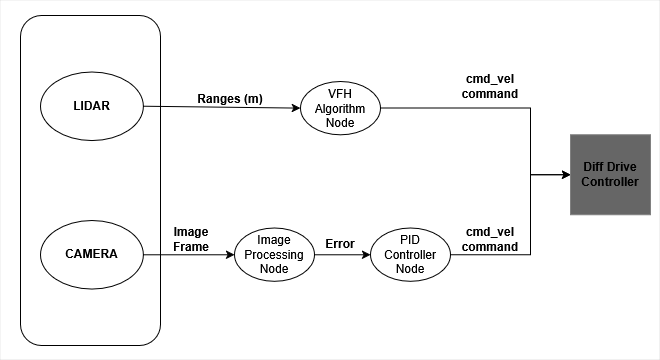
This is assets/projects/path_follower/path_follow_block.png from zack1ng/zakaria-latreche, a draw.io export, as it was before one commit. Source tidied: cells renumbered, new cells last; positions are measured from the earlier drawing's top-left corner, leaving out a move shared by most shapes.
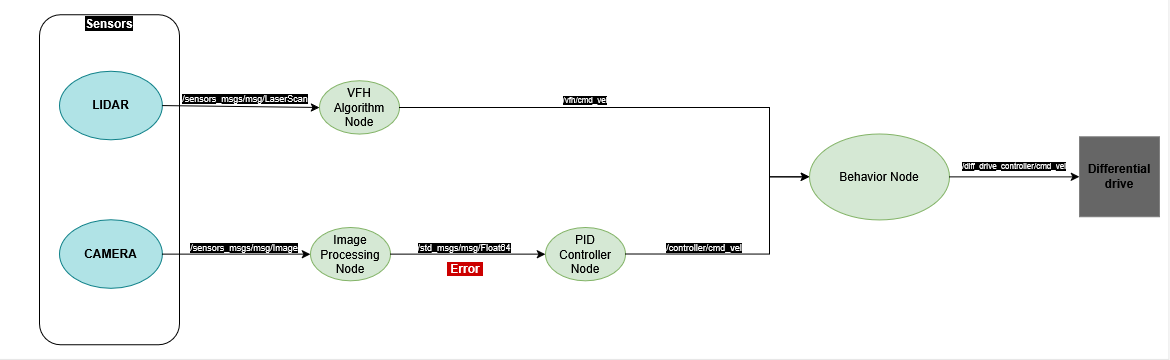
Later version of the same file.

Diff of the diagram source:
```diff
@@ -3,71 +3,86 @@
     <mxCell id="0" />
     <mxCell id="1" parent="0" />
     <mxCell id="2" style="rounded=0;whiteSpace=wrap;html=1;strokeWidth=0;" parent="1" vertex="1">
-      <mxGeometry width="660" height="360" as="geometry" />
+      <mxGeometry x="-20" width="1170" height="360" as="geometry" />
     </mxCell>
     <mxCell id="3" style="rounded=1;whiteSpace=wrap;html=1;fillColor=none;" parent="1" vertex="1">
       <mxGeometry x="20" y="15" width="140" height="330" as="geometry" />
     </mxCell>
     <mxCell id="4" style="whiteSpace=wrap;html=1;fillColor=#666666;strokeColor=#808080;fontColor=#ffffff;" parent="1" vertex="1">
-      <mxGeometry x="570" y="134.3" width="80" height="80" as="geometry" />
+      <mxGeometry x="1060" y="137" width="80" height="80" as="geometry" />
     </mxCell>
-    <mxCell id="5" value="&lt;b&gt;Diff Drive Controller&lt;/b&gt;" style="text;html=1;whiteSpace=wrap;strokeColor=none;fillColor=none;align=center;verticalAlign=middle;rounded=0;" parent="1" vertex="1">
-      <mxGeometry x="580" y="159.3" width="60" height="30" as="geometry" />
+    <mxCell id="5" value="&lt;b&gt;Differential drive&lt;/b&gt;" style="text;html=1;whiteSpace=wrap;strokeColor=none;fillColor=none;align=center;verticalAlign=middle;rounded=0;" parent="1" vertex="1">
+      <mxGeometry x="1070" y="162" width="60" height="30" as="geometry" />
     </mxCell>
-    <mxCell id="6" value="&lt;b&gt;LIDAR&lt;/b&gt;" style="ellipse;whiteSpace=wrap;html=1;shapeInside=1;" parent="1" vertex="1">
+    <mxCell id="6" value="&lt;b&gt;LIDAR&lt;/b&gt;" style="ellipse;whiteSpace=wrap;html=1;shapeInside=1;fillColor=#b0e3e6;strokeColor=#0e8088;" parent="1" vertex="1">
       <mxGeometry x="40" y="71.4" width="102.8" height="68.6" as="geometry" />
     </mxCell>
-    <mxCell id="7" value="&lt;b&gt;CAMERA&lt;/b&gt;&lt;div&gt;&lt;br&gt;&lt;/div&gt;" style="ellipse;whiteSpace=wrap;html=1;shapeInside=1;" parent="1" vertex="1">
+    <mxCell id="7" value="&lt;b&gt;CAMERA&lt;/b&gt;&lt;div&gt;&lt;br&gt;&lt;/div&gt;" style="ellipse;whiteSpace=wrap;html=1;shapeInside=1;fillColor=#b0e3e6;strokeColor=#0e8088;" parent="1" vertex="1">
       <mxGeometry x="40" y="220" width="102.8" height="68.6" as="geometry" />
     </mxCell>
     <mxCell id="8" style="endArrow=classic;html=1;rounded=0;exitX=1;exitY=0.5;exitDx=0;exitDy=0;entryX=0;entryY=0.5;entryDx=0;entryDy=0;" parent="1" edge="1" source="7" target="10">
       <mxGeometry relative="1" as="geometry" />
     </mxCell>
-    <mxCell id="9" value="&lt;p&gt;&lt;b&gt;Image Frame&lt;/b&gt;&lt;/p&gt;" style="text;html=1;whiteSpace=wrap;strokeColor=none;fillColor=none;align=center;verticalAlign=middle;rounded=0;" parent="1" vertex="1">
-      <mxGeometry x="161" y="224.3" width="60" height="30" as="geometry" />
-    </mxCell>
-    <mxCell id="10" value="Image Processing Node" style="ellipse;whiteSpace=wrap;html=1;shapeInside=1;" parent="1" vertex="1">
-      <mxGeometry x="234" y="227.6" width="80" height="53.3" as="geometry" />
+    <mxCell id="10" value="Image Processing Node" style="ellipse;whiteSpace=wrap;html=1;shapeInside=1;fillColor=#d5e8d4;strokeColor=#82b366;" parent="1" vertex="1">
+      <mxGeometry x="291" y="227.6" width="80" height="53.3" as="geometry" />
     </mxCell>
     <mxCell id="11" style="endArrow=classic;html=1;rounded=0;exitX=1;exitY=0.5;exitDx=0;exitDy=0;" parent="1" edge="1" source="10" target="12">
       <mxGeometry relative="1" as="geometry" />
     </mxCell>
-    <mxCell id="12" value="PID Controller Node" style="ellipse;whiteSpace=wrap;html=1;shapeInside=1;" parent="1" vertex="1">
-      <mxGeometry x="370" y="227.6" width="80" height="53.3" as="geometry" />
+    <mxCell id="12" value="PID Controller Node" style="ellipse;whiteSpace=wrap;html=1;shapeInside=1;fillColor=#d5e8d4;strokeColor=#82b366;" parent="1" vertex="1">
+      <mxGeometry x="526" y="227.6" width="80" height="53.3" as="geometry" />
     </mxCell>
-    <mxCell id="13" value="&lt;div&gt;&lt;b&gt;Error&lt;/b&gt;&lt;/div&gt;" style="text;html=1;whiteSpace=wrap;strokeColor=none;fillColor=none;align=center;verticalAlign=middle;rounded=0;" parent="1" vertex="1">
-      <mxGeometry x="310" y="227.6" width="60" height="30" as="geometry" />
+    <mxCell id="13" value="&lt;div&gt;&lt;b style=&quot;background-color: rgb(204, 0, 0); color: rgb(255, 255, 255);&quot;&gt;&amp;nbsp;Error&amp;nbsp;&lt;/b&gt;&lt;/div&gt;" style="text;html=1;whiteSpace=wrap;strokeColor=none;fillColor=none;align=center;verticalAlign=middle;rounded=0;" parent="1" vertex="1">
+      <mxGeometry x="422.5" y="260" width="47.5" height="16.9" as="geometry" />
     </mxCell>
-    <mxCell id="14" style="endArrow=classic;html=1;rounded=0;exitX=1;exitY=0.5;exitDx=0;exitDy=0;entryX=0;entryY=0.5;entryDx=0;entryDy=0;edgeStyle=orthogonalEdgeStyle;" parent="1" edge="1" source="12" target="4">
-      <mxGeometry relative="1" as="geometry">
-        <Array as="points">
-          <mxPoint x="530" y="254.3" />
-          <mxPoint x="530" y="174.3" />
-        </Array>
-      </mxGeometry>
-    </mxCell>
-    <mxCell id="15" value="VFH Algorithm Node" style="ellipse;whiteSpace=wrap;html=1;shapeInside=1;" parent="1" vertex="1">
+    <mxCell id="15" value="VFH Algorithm Node" style="ellipse;whiteSpace=wrap;html=1;shapeInside=1;fillColor=#d5e8d4;strokeColor=#82b366;" parent="1" vertex="1">
       <mxGeometry x="300" y="81" width="80" height="53.3" as="geometry" />
     </mxCell>
     <mxCell id="16" style="endArrow=classic;html=1;rounded=0;exitX=1;exitY=0.5;exitDx=0;exitDy=0;entryX=0;entryY=0.5;entryDx=0;entryDy=0;" parent="1" edge="1" source="6" target="15">
       <mxGeometry relative="1" as="geometry" />
     </mxCell>
-    <mxCell id="17" value="&lt;div&gt;&lt;b&gt;Ranges&amp;nbsp;(m)&lt;/b&gt;&lt;/div&gt;&lt;div&gt;&lt;br&gt;&lt;/div&gt;" style="text;html=1;whiteSpace=wrap;strokeColor=none;fillColor=none;align=center;verticalAlign=middle;rounded=0;" parent="1" vertex="1">
-      <mxGeometry x="190" y="90.7" width="80" height="30" as="geometry" />
+    <mxCell id="17" value="&lt;div&gt;&lt;font style=&quot;background-color: rgb(0, 0, 0); color: rgb(255, 255, 255); font-size: 9px;&quot;&gt;&lt;font&gt;/sensors_msgs/msg/LaserScan&lt;/font&gt;&lt;/font&gt;&lt;/div&gt;&lt;div&gt;&lt;br&gt;&lt;/div&gt;" style="text;html=1;whiteSpace=wrap;strokeColor=none;fillColor=none;align=center;verticalAlign=middle;rounded=0;" parent="1" vertex="1">
+      <mxGeometry x="161" y="90.7" width="130" height="30" as="geometry" />
     </mxCell>
-    <mxCell id="18" style="endArrow=classic;html=1;rounded=0;exitX=1;exitY=0.5;exitDx=0;exitDy=0;entryX=0;entryY=0.5;entryDx=0;entryDy=0;edgeStyle=orthogonalEdgeStyle;" parent="1" edge="1" source="15" target="4">
-      <mxGeometry relative="1" as="geometry">
-        <Array as="points">
-          <mxPoint x="530" y="107.6" />
-          <mxPoint x="530" y="174.3" />
-        </Array>
-      </mxGeometry>
-    </mxCell>
-    <mxCell id="19" value="&lt;b&gt;cmd_vel command&lt;/b&gt;" style="text;html=1;whiteSpace=wrap;strokeColor=none;fillColor=none;align=center;verticalAlign=middle;rounded=0;" parent="1" vertex="1">
-      <mxGeometry x="460" y="224.3" width="60" height="30" as="geometry" />
-    </mxCell>
-    <mxCell id="20" value="&lt;b&gt;cmd_vel command&lt;/b&gt;" style="text;html=1;whiteSpace=wrap;strokeColor=none;fillColor=none;align=center;verticalAlign=middle;rounded=0;" parent="1" vertex="1">
-      <mxGeometry x="460" y="71.4" width="60" height="30" as="geometry" />
+    <mxCell id="20" value="&lt;font style=&quot;color: rgb(255, 255, 255); background-color: rgb(0, 0, 0); font-size: 8px;&quot;&gt;/vfh/cmd_vel&lt;/font&gt;" style="text;html=1;whiteSpace=wrap;strokeColor=none;fillColor=none;align=center;verticalAlign=middle;rounded=0;fontSize=10;" parent="1" vertex="1">
+      <mxGeometry x="501" y="90.7" width="130" height="16.9" as="geometry" />
     </mxCell>
+    <mxCell id="21" value="&lt;div&gt;&lt;font style=&quot;background-color: rgb(0, 0, 0); color: rgb(255, 255, 255); font-size: 9px;&quot;&gt;&lt;font&gt;/sensors_msgs/msg/Image&lt;/font&gt;&lt;/font&gt;&lt;/div&gt;&lt;div&gt;&lt;br&gt;&lt;/div&gt;" style="text;html=1;whiteSpace=wrap;strokeColor=none;fillColor=none;align=center;verticalAlign=middle;rounded=0;" parent="1" vertex="1">
+      <mxGeometry x="160" y="239.3" width="130" height="30" as="geometry" />
+    </mxCell>
+    <mxCell id="22" value="&lt;div&gt;&lt;font style=&quot;background-color: rgb(0, 0, 0); color: rgb(255, 255, 255); font-size: 9px;&quot;&gt;&lt;font&gt;/std_msgs/msg/Float64&lt;/font&gt;&lt;/font&gt;&lt;/div&gt;&lt;div&gt;&lt;font style=&quot;font-size: 9px;&quot;&gt;&lt;br&gt;&lt;/font&gt;&lt;/div&gt;" style="text;html=1;whiteSpace=wrap;strokeColor=none;fillColor=none;align=center;verticalAlign=middle;rounded=0;" parent="1" vertex="1">
+      <mxGeometry x="380" y="239.3" width="130" height="30" as="geometry" />
+    </mxCell>
+    <mxCell id="23" value="&lt;div&gt;&lt;font style=&quot;background-color: rgb(0, 0, 0); color: rgb(255, 255, 255); font-size: 9px;&quot;&gt;&lt;font&gt;/controller/cmd_vel&lt;/font&gt;&lt;/font&gt;&lt;/div&gt;&lt;div&gt;&lt;font style=&quot;font-size: 9px;&quot;&gt;&lt;br&gt;&lt;/font&gt;&lt;/div&gt;" style="text;html=1;whiteSpace=wrap;strokeColor=none;fillColor=none;align=center;verticalAlign=middle;rounded=0;" parent="1" vertex="1">
+      <mxGeometry x="620" y="239.3" width="130" height="30" as="geometry" />
+    </mxCell>
+    <mxCell id="24" value="Behavior Node" style="ellipse;whiteSpace=wrap;html=1;shapeInside=1;fillColor=#d5e8d4;strokeColor=#82b366;" parent="1" vertex="1">
+      <mxGeometry x="790" y="134" width="140" height="86" as="geometry" />
+    </mxCell>
+    <mxCell id="25" style="endArrow=classic;html=1;rounded=0;exitX=1;exitY=0.5;exitDx=0;exitDy=0;entryX=0;entryY=0.5;entryDx=0;entryDy=0;edgeStyle=orthogonalEdgeStyle;" parent="1" edge="1" source="12" target="24">
+      <mxGeometry relative="1" as="geometry">
+        <Array as="points">
+          <mxPoint x="750" y="254.3" />
+          <mxPoint x="750" y="177.3" />
+        </Array>
+      </mxGeometry>
+    </mxCell>
+    <mxCell id="26" style="endArrow=classic;html=1;rounded=0;exitX=1;exitY=0.5;exitDx=0;exitDy=0;entryX=0;entryY=0.5;entryDx=0;entryDy=0;edgeStyle=orthogonalEdgeStyle;" parent="1" edge="1" source="15" target="24">
+      <mxGeometry relative="1" as="geometry">
+        <Array as="points">
+          <mxPoint x="750" y="107.6" />
+          <mxPoint x="750" y="177.3" />
+        </Array>
+      </mxGeometry>
+    </mxCell>
+    <mxCell id="27" style="endArrow=classic;html=1;rounded=0;exitX=1;exitY=0.5;exitDx=0;exitDy=0;entryX=0;entryY=0.5;entryDx=0;entryDy=0;" parent="1" edge="1" source="24" target="4">
+      <mxGeometry relative="1" as="geometry" />
+    </mxCell>
+    <mxCell id="28" value="&lt;div&gt;&lt;font style=&quot;font-size: 8px; background-color: rgb(0, 0, 0); color: rgb(255, 255, 255);&quot;&gt;&lt;font&gt;/diff_drive_controller/cmd_vel&lt;/font&gt;&lt;/font&gt;&lt;/div&gt;&lt;div&gt;&lt;br&gt;&lt;/div&gt;" style="text;html=1;whiteSpace=wrap;strokeColor=none;fillColor=none;align=center;verticalAlign=middle;rounded=0;" parent="1" vertex="1">
+      <mxGeometry x="930" y="153.9" width="130" height="38.2" as="geometry" />
+    </mxCell>
+    <mxCell id="29" value="&lt;div&gt;&lt;b style=&quot;color: rgb(255, 255, 255);&quot;&gt;Sensors&lt;/b&gt;&lt;/div&gt;" style="text;html=1;whiteSpace=wrap;strokeColor=none;fillColor=none;align=center;verticalAlign=middle;rounded=0;labelBackgroundColor=#000000;" parent="1" vertex="1">
+      <mxGeometry x="66.2" y="15" width="47.5" height="16.9" as="geometry" />
+    </mxCell>
   </root>
 </mxGraphModel>
```
